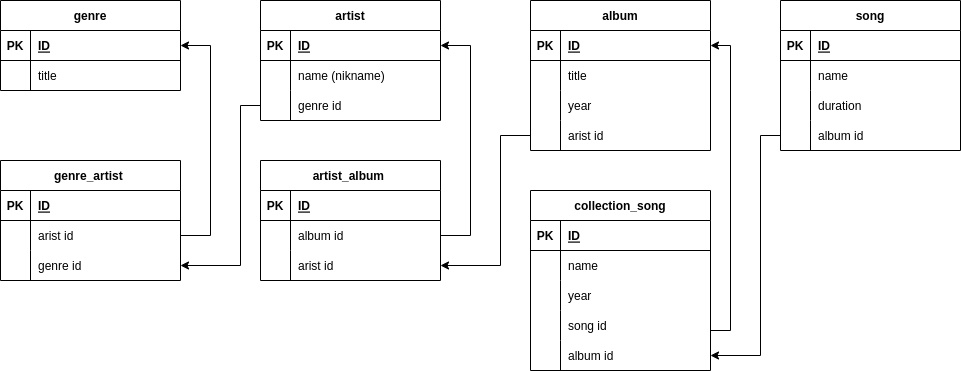
This is Database types DZ_2.png from vov-man/dz-Database-types, a draw.io export, as it was before one commit. Source tidied: cells renumbered, new cells last; positions are measured from the earlier drawing's top-left corner, leaving out a move shared by most shapes.
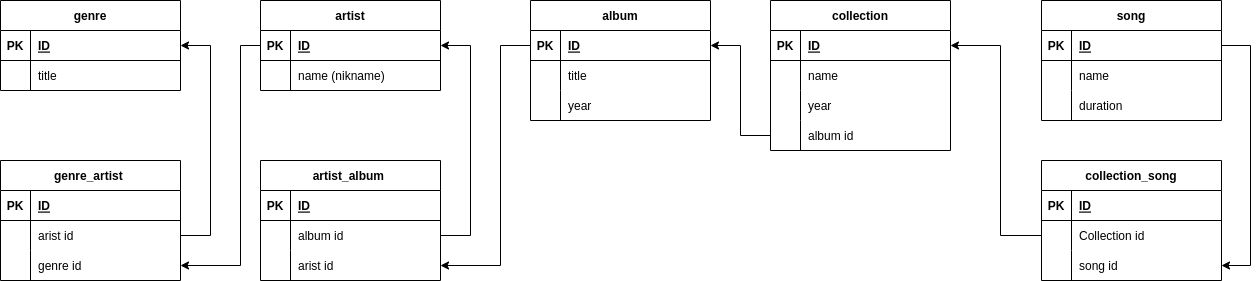
Above is the later version.

Change to the diagram source:
```diff
@@ -24,7 +24,7 @@
       <mxGeometry x="30" width="150" height="30" as="geometry" />
     </mxCell>
     <mxCell id="9" value="artist" style="shape=table;startSize=30;rowLines=0;fontStyle=1;align=center;" parent="1" vertex="1">
-      <mxGeometry x="260" width="180" height="120" as="geometry" />
+      <mxGeometry x="260" width="180" height="90" as="geometry" />
     </mxCell>
     <mxCell id="10" style="shape=tableRow;horizontal=0;startSize=0;swimlaneHead=0;swimlaneBody=0;fillColor=none;points=[[0,0.5],[1,0.5]];portConstraint=eastwest;top=0;left=0;right=0;bottom=1;" parent="9" vertex="1">
       <mxGeometry y="30" width="180" height="30" as="geometry" />
@@ -44,25 +44,16 @@
     <mxCell id="15" value="name (nikname)" style="shape=partialRectangle;fillColor=none;top=0;left=0;bottom=0;right=0;align=left;spacingLeft=6;overflow=hidden;" parent="13" vertex="1">
       <mxGeometry x="30" width="150" height="30" as="geometry" />
     </mxCell>
-    <mxCell id="16" style="shape=tableRow;horizontal=0;startSize=0;swimlaneHead=0;swimlaneBody=0;fillColor=none;points=[[0,0.5],[1,0.5]];portConstraint=eastwest;top=0;left=0;right=0;bottom=0;" parent="9" vertex="1">
-      <mxGeometry y="90" width="180" height="30" as="geometry" />
-    </mxCell>
-    <mxCell id="17" style="shape=partialRectangle;fillColor=none;top=0;left=0;bottom=0;right=0;overflow=hidden;" parent="16" vertex="1">
-      <mxGeometry width="30" height="30" as="geometry" />
-    </mxCell>
-    <mxCell id="18" value="genre id" style="shape=partialRectangle;fillColor=none;top=0;left=0;bottom=0;right=0;align=left;spacingLeft=6;overflow=hidden;" parent="16" vertex="1">
-      <mxGeometry x="30" width="150" height="30" as="geometry" />
-    </mxCell>
-    <mxCell id="19" style="endArrow=classic;html=1;rounded=0;entryX=1;entryY=0.5;entryDx=0;entryDy=0;exitX=0;exitY=0.5;exitDx=0;exitDy=0;" parent="1" edge="1" source="16" target="55">
+    <mxCell id="19" style="endArrow=classic;html=1;rounded=0;entryX=1;entryY=0.5;entryDx=0;entryDy=0;exitX=0;exitY=0.5;exitDx=0;exitDy=0;" parent="1" edge="1" source="10" target="55">
       <mxGeometry relative="1" as="geometry">
         <Array as="points">
-          <mxPoint x="240" y="105" />
+          <mxPoint x="240" y="45" />
           <mxPoint x="240" y="265" />
         </Array>
       </mxGeometry>
     </mxCell>
     <mxCell id="20" value="album" style="shape=table;startSize=30;rowLines=0;fontStyle=1;align=center;" parent="1" vertex="1">
-      <mxGeometry x="530" width="180" height="150" as="geometry" />
+      <mxGeometry x="530" width="180" height="120" as="geometry" />
     </mxCell>
     <mxCell id="21" style="shape=tableRow;horizontal=0;startSize=0;swimlaneHead=0;swimlaneBody=0;fillColor=none;points=[[0,0.5],[1,0.5]];portConstraint=eastwest;top=0;left=0;right=0;bottom=1;" parent="20" vertex="1">
       <mxGeometry y="30" width="180" height="30" as="geometry" />
@@ -91,25 +82,16 @@
     <mxCell id="29" value="year" style="shape=partialRectangle;fillColor=none;top=0;left=0;bottom=0;right=0;align=left;spacingLeft=6;overflow=hidden;" parent="27" vertex="1">
       <mxGeometry x="30" width="150" height="30" as="geometry" />
     </mxCell>
-    <mxCell id="30" style="shape=tableRow;horizontal=0;startSize=0;swimlaneHead=0;swimlaneBody=0;fillColor=none;points=[[0,0.5],[1,0.5]];portConstraint=eastwest;top=0;left=0;right=0;bottom=0;" parent="20" vertex="1">
-      <mxGeometry y="120" width="180" height="30" as="geometry" />
-    </mxCell>
-    <mxCell id="31" style="shape=partialRectangle;fillColor=none;top=0;left=0;bottom=0;right=0;overflow=hidden;" parent="30" vertex="1">
-      <mxGeometry width="30" height="30" as="geometry" />
-    </mxCell>
-    <mxCell id="32" value="arist id" style="shape=partialRectangle;fillColor=none;top=0;left=0;bottom=0;right=0;align=left;spacingLeft=6;overflow=hidden;" parent="30" vertex="1">
-      <mxGeometry x="30" width="150" height="30" as="geometry" />
-    </mxCell>
-    <mxCell id="33" style="endArrow=classic;html=1;rounded=0;exitX=0;exitY=0.5;exitDx=0;exitDy=0;" parent="1" edge="1" source="30" target="66">
+    <mxCell id="33" style="endArrow=classic;html=1;rounded=0;exitX=0;exitY=0.5;exitDx=0;exitDy=0;" parent="1" edge="1" source="21" target="66">
       <mxGeometry relative="1" as="geometry">
         <Array as="points">
-          <mxPoint x="500" y="135" />
+          <mxPoint x="500" y="45" />
           <mxPoint x="500" y="265" />
         </Array>
       </mxGeometry>
     </mxCell>
     <mxCell id="34" value="song" style="shape=table;startSize=30;rowLines=0;fontStyle=1;align=center;" parent="1" vertex="1">
-      <mxGeometry x="780" width="180" height="150" as="geometry" />
+      <mxGeometry x="1041" width="180" height="120" as="geometry" />
     </mxCell>
     <mxCell id="35" style="shape=tableRow;horizontal=0;startSize=0;swimlaneHead=0;swimlaneBody=0;fillColor=none;points=[[0,0.5],[1,0.5]];portConstraint=eastwest;top=0;left=0;right=0;bottom=1;" parent="34" vertex="1">
       <mxGeometry y="30" width="180" height="30" as="geometry" />
@@ -138,23 +120,6 @@
     <mxCell id="43" value="duration" style="shape=partialRectangle;fillColor=none;top=0;left=0;bottom=0;right=0;align=left;spacingLeft=6;overflow=hidden;" parent="41" vertex="1">
       <mxGeometry x="30" width="150" height="30" as="geometry" />
     </mxCell>
-    <mxCell id="44" style="shape=tableRow;horizontal=0;startSize=0;swimlaneHead=0;swimlaneBody=0;fillColor=none;points=[[0,0.5],[1,0.5]];portConstraint=eastwest;top=0;left=0;right=0;bottom=0;" parent="34" vertex="1">
-      <mxGeometry y="120" width="180" height="30" as="geometry" />
-    </mxCell>
-    <mxCell id="45" style="shape=partialRectangle;fillColor=none;top=0;left=0;bottom=0;right=0;overflow=hidden;" parent="44" vertex="1">
-      <mxGeometry width="30" height="30" as="geometry" />
-    </mxCell>
-    <mxCell id="46" value="album id" style="shape=partialRectangle;fillColor=none;top=0;left=0;bottom=0;right=0;align=left;spacingLeft=6;overflow=hidden;" parent="44" vertex="1">
-      <mxGeometry x="30" width="150" height="30" as="geometry" />
-    </mxCell>
-    <mxCell id="47" style="endArrow=classic;html=1;rounded=0;exitX=0;exitY=0.5;exitDx=0;exitDy=0;entryX=1;entryY=0.5;entryDx=0;entryDy=0;" parent="1" edge="1" source="44" target="83">
-      <mxGeometry relative="1" as="geometry">
-        <Array as="points">
-          <mxPoint x="760" y="135" />
-          <mxPoint x="760" y="355" />
-        </Array>
-      </mxGeometry>
-    </mxCell>
     <mxCell id="48" value="genre_artist " style="shape=table;startSize=30;rowLines=0;fontStyle=1;align=center;" parent="1" vertex="1">
       <mxGeometry y="160" width="180" height="120" as="geometry" />
     </mxCell>
@@ -231,8 +196,8 @@
         </Array>
       </mxGeometry>
     </mxCell>
-    <mxCell id="70" value="collection_song" style="shape=table;startSize=30;rowLines=0;fontStyle=1;align=center;" parent="1" vertex="1">
-      <mxGeometry x="530" y="190" width="180" height="180" as="geometry" />
+    <mxCell id="70" value="collection" style="shape=table;startSize=30;rowLines=0;fontStyle=1;align=center;" parent="1" vertex="1">
+      <mxGeometry x="770" width="180" height="150" as="geometry" />
     </mxCell>
     <mxCell id="71" style="shape=tableRow;horizontal=0;startSize=0;swimlaneHead=0;swimlaneBody=0;fillColor=none;points=[[0,0.5],[1,0.5]];portConstraint=eastwest;top=0;left=0;right=0;bottom=1;" parent="70" vertex="1">
       <mxGeometry y="30" width="180" height="30" as="geometry" />
@@ -261,17 +226,8 @@
     <mxCell id="79" value="year" style="shape=partialRectangle;fillColor=none;top=0;left=0;bottom=0;right=0;align=left;spacingLeft=6;overflow=hidden;" parent="77" vertex="1">
       <mxGeometry x="30" width="150" height="30" as="geometry" />
     </mxCell>
-    <mxCell id="80" style="shape=tableRow;horizontal=0;startSize=0;swimlaneHead=0;swimlaneBody=0;fillColor=none;top=0;left=0;right=0;bottom=0;" parent="70" vertex="1">
-      <mxGeometry y="120" width="180" height="30" as="geometry" />
-    </mxCell>
-    <mxCell id="81" style="shape=partialRectangle;fillColor=none;top=0;left=0;bottom=0;right=0;overflow=hidden;" parent="80" vertex="1">
-      <mxGeometry width="30" height="30" as="geometry" />
-    </mxCell>
-    <mxCell id="82" value="song id" style="shape=partialRectangle;fillColor=none;top=0;left=0;bottom=0;right=0;align=left;spacingLeft=6;overflow=hidden;" parent="80" vertex="1">
-      <mxGeometry x="30" width="150" height="30" as="geometry" />
-    </mxCell>
     <mxCell id="83" style="shape=tableRow;horizontal=0;startSize=0;swimlaneHead=0;swimlaneBody=0;fillColor=none;points=[[0,0.5],[1,0.5]];portConstraint=eastwest;top=0;left=0;right=0;bottom=0;" parent="70" vertex="1">
-      <mxGeometry y="150" width="180" height="30" as="geometry" />
+      <mxGeometry y="120" width="180" height="30" as="geometry" />
     </mxCell>
     <mxCell id="84" style="shape=partialRectangle;fillColor=none;top=0;left=0;bottom=0;right=0;overflow=hidden;" parent="83" vertex="1">
       <mxGeometry width="30" height="30" as="geometry" />
@@ -279,14 +235,59 @@
     <mxCell id="85" value="album id" style="shape=partialRectangle;fillColor=none;top=0;left=0;bottom=0;right=0;align=left;spacingLeft=6;overflow=hidden;" parent="83" vertex="1">
       <mxGeometry x="30" width="150" height="30" as="geometry" />
     </mxCell>
-    <mxCell id="86" style="endArrow=classic;html=1;rounded=0;entryX=1;entryY=0.5;entryDx=0;entryDy=0;" parent="1" edge="1" target="21">
-      <mxGeometry relative="1" as="geometry">
-        <mxPoint x="710" y="330" as="sourcePoint" />
-        <Array as="points">
-          <mxPoint x="730" y="330" />
-          <mxPoint x="730" y="45" />
-        </Array>
-      </mxGeometry>
-    </mxCell>
+    <mxCell id="87" value="collection_song" style="shape=table;startSize=30;rowLines=0;fontStyle=1;align=center;" parent="1" vertex="1">
+      <mxGeometry x="1041" y="160" width="180" height="120" as="geometry" />
+    </mxCell>
+    <mxCell id="88" style="shape=tableRow;horizontal=0;startSize=0;swimlaneHead=0;swimlaneBody=0;fillColor=none;top=0;left=0;right=0;bottom=1;" parent="87" vertex="1">
+      <mxGeometry y="30" width="180" height="30" as="geometry" />
+    </mxCell>
+    <mxCell id="89" value="PK" style="shape=partialRectangle;fillColor=none;top=0;left=0;bottom=0;right=0;fontStyle=1;overflow=hidden;" parent="88" vertex="1">
+      <mxGeometry width="30" height="30" as="geometry" />
+    </mxCell>
+    <mxCell id="90" value="ID" style="shape=partialRectangle;fillColor=none;top=0;left=0;bottom=0;right=0;align=left;spacingLeft=6;fontStyle=5;overflow=hidden;" parent="88" vertex="1">
+      <mxGeometry x="30" width="150" height="30" as="geometry" />
+    </mxCell>
+    <mxCell id="91" style="shape=tableRow;horizontal=0;startSize=0;swimlaneHead=0;swimlaneBody=0;fillColor=none;points=[[0,0.5],[1,0.5]];portConstraint=eastwest;top=0;left=0;right=0;bottom=0;" parent="87" vertex="1">
+      <mxGeometry y="60" width="180" height="30" as="geometry" />
+    </mxCell>
+    <mxCell id="92" style="shape=partialRectangle;fillColor=none;top=0;left=0;bottom=0;right=0;overflow=hidden;" parent="91" vertex="1">
+      <mxGeometry width="30" height="30" as="geometry" />
+    </mxCell>
+    <mxCell id="93" value="Collection id" style="shape=partialRectangle;fillColor=none;top=0;left=0;bottom=0;right=0;align=left;spacingLeft=6;overflow=hidden;" parent="91" vertex="1">
+      <mxGeometry x="30" width="150" height="30" as="geometry" />
+    </mxCell>
+    <mxCell id="16" style="shape=tableRow;horizontal=0;startSize=0;swimlaneHead=0;swimlaneBody=0;fillColor=none;points=[[0,0.5],[1,0.5]];portConstraint=eastwest;top=0;left=0;right=0;bottom=0;" parent="87" vertex="1">
+      <mxGeometry y="90" width="180" height="30" as="geometry" />
+    </mxCell>
+    <mxCell id="94" style="shape=partialRectangle;fillColor=none;top=0;left=0;bottom=0;right=0;overflow=hidden;" parent="16" vertex="1">
+      <mxGeometry width="30" height="30" as="geometry" />
+    </mxCell>
+    <mxCell id="82" value="song id" style="shape=partialRectangle;fillColor=none;top=0;left=0;bottom=0;right=0;align=left;spacingLeft=6;overflow=hidden;" parent="16" vertex="1">
+      <mxGeometry x="30" width="150" height="30" as="geometry" />
+    </mxCell>
+    <mxCell id="95" style="endArrow=classic;html=1;rounded=0;exitX=0;exitY=0.5;exitDx=0;exitDy=0;entryX=1;entryY=0.5;entryDx=0;entryDy=0;" parent="1" edge="1" source="83" target="21">
+      <mxGeometry relative="1" as="geometry">
+        <Array as="points">
+          <mxPoint x="740" y="135" />
+          <mxPoint x="740" y="45" />
+        </Array>
+      </mxGeometry>
+    </mxCell>
+    <mxCell id="96" style="endArrow=classic;html=1;rounded=0;exitX=1;exitY=0.5;exitDx=0;exitDy=0;entryX=1;entryY=0.5;entryDx=0;entryDy=0;" parent="1" edge="1" source="35" target="16">
+      <mxGeometry relative="1" as="geometry">
+        <Array as="points">
+          <mxPoint x="1250" y="45" />
+          <mxPoint x="1250" y="265" />
+        </Array>
+      </mxGeometry>
+    </mxCell>
+    <mxCell id="97" style="endArrow=classic;html=1;rounded=0;exitX=0;exitY=0.5;exitDx=0;exitDy=0;entryX=1;entryY=0.5;entryDx=0;entryDy=0;" parent="1" edge="1" source="91" target="71">
+      <mxGeometry relative="1" as="geometry">
+        <Array as="points">
+          <mxPoint x="1000" y="235" />
+          <mxPoint x="1000" y="45" />
+        </Array>
+      </mxGeometry>
+    </mxCell>
   </root>
 </mxGraphModel>
```
